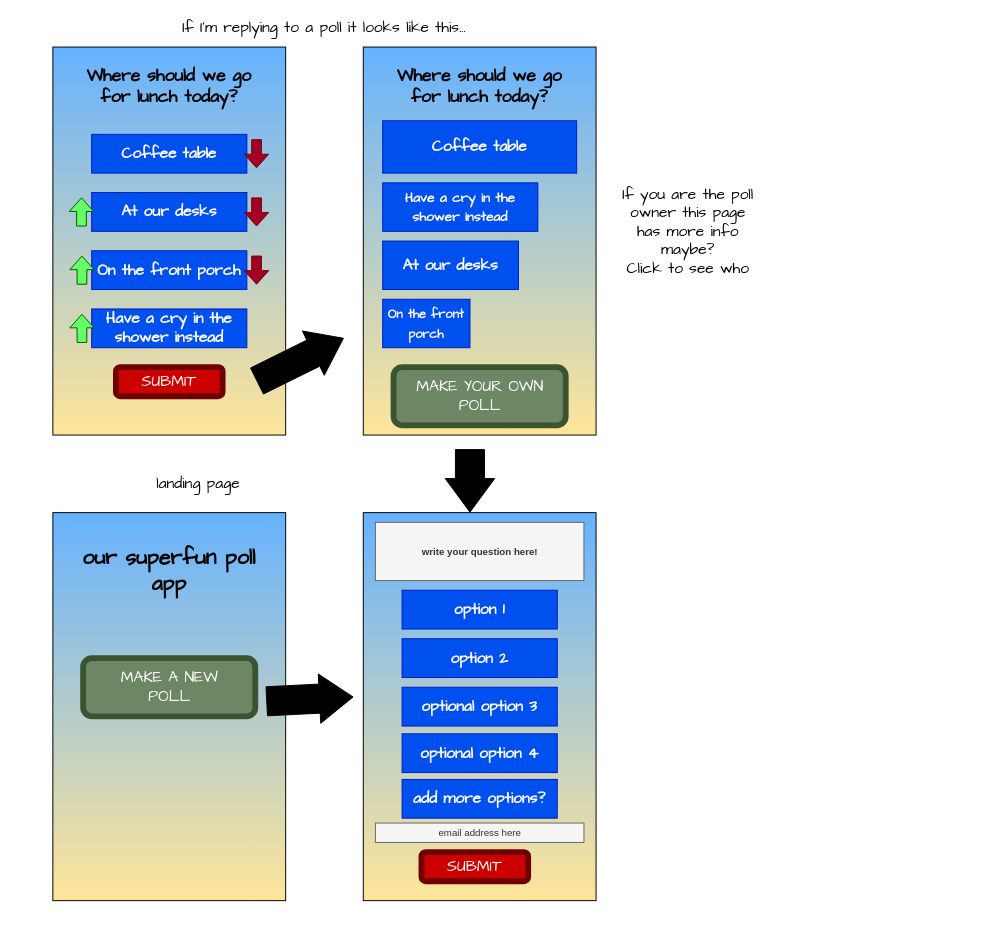
gybubest/midterm keeps this draw.io diagram as docs/UI mockups first draft.drawio. Above is the earlier version. Source tidied: cells renumbered, new cells numbered last; positions are measured from the earlier drawing's top-left corner, leaving out a move shared by most shapes. Both pictures are drawn from the tidied source at 97%, with x=0, y=0 at pixel (23, 17).
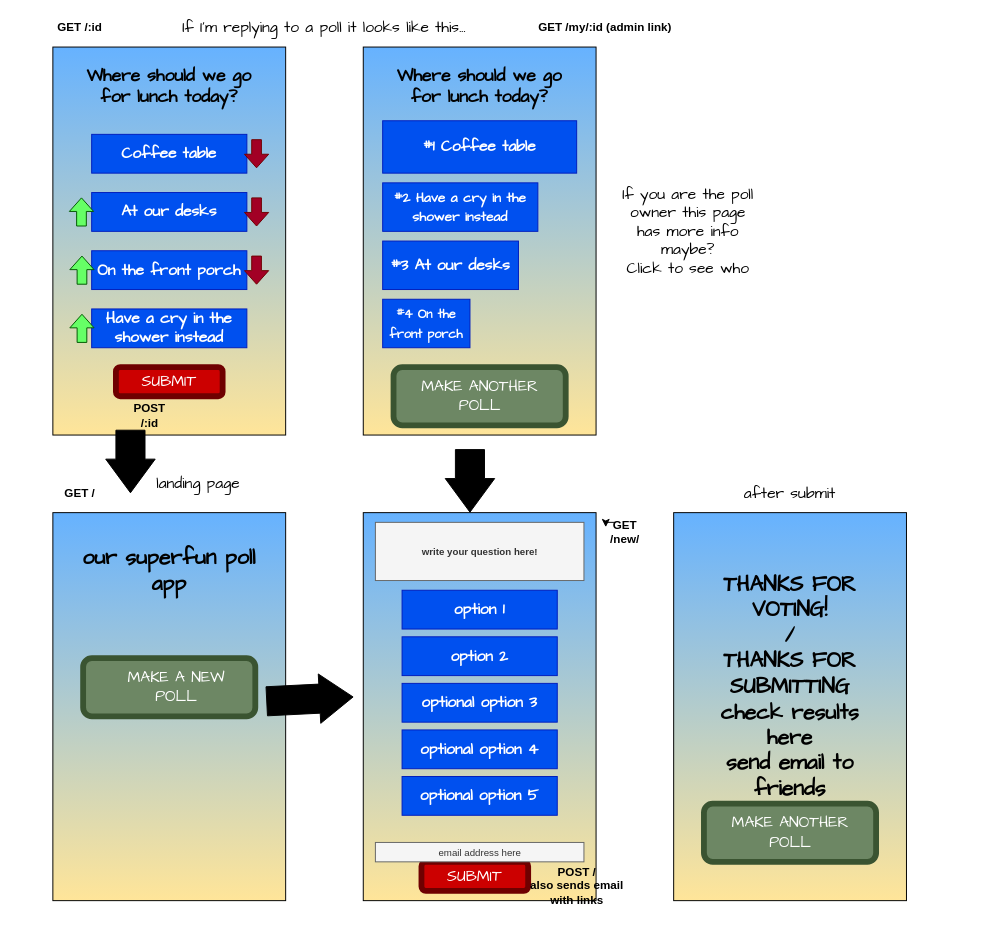
The same page after the edit.

Commit message:
further develop wireframe.drawio

Diff of the diagram source:
```diff
@@
-    <mxCell id="18" value="Coffee table&lt;br&gt;" style="text;html=1;strokeColor=#001DBC;fillColor=#0050ef;align=center;verticalAlign=middle;whiteSpace=wrap;rounded=0;fontFamily=Comic Sans MS;fontColor=#ffffff;fontStyle=1;fontSize=16;" parent="1" vertex="1">
+    <mxCell id="18" value="#1 Coffee table" style="text;html=1;strokeColor=#001DBC;fillColor=#0050ef;align=center;verticalAlign=middle;whiteSpace=wrap;rounded=0;fontFamily=Comic Sans MS;fontColor=#ffffff;fontStyle=1;fontSize=16;" parent="1" vertex="1">
       <mxGeometry x="370" y="106" width="200" height="54" as="geometry" />
     </mxCell>
-    <mxCell id="19" value="At our desks" style="text;html=1;strokeColor=#001DBC;fillColor=#0050ef;align=center;verticalAlign=middle;whiteSpace=wrap;rounded=0;fontFamily=Comic Sans MS;fontColor=#ffffff;fontStyle=1;fontSize=16;" parent="1" vertex="1">
+    <mxCell id="19" value="#3 At our desks" style="text;html=1;strokeColor=#001DBC;fillColor=#0050ef;align=center;verticalAlign=middle;whiteSpace=wrap;rounded=0;fontFamily=Comic Sans MS;fontColor=#ffffff;fontStyle=1;fontSize=16;" parent="1" vertex="1">
       <mxGeometry x="370" y="230" width="140" height="50" as="geometry" />
     </mxCell>
-    <mxCell id="20" value="&lt;font style=&quot;font-size: 13px&quot;&gt;On the front porch&lt;/font&gt;" style="text;html=1;strokeColor=#001DBC;fillColor=#0050ef;align=center;verticalAlign=middle;whiteSpace=wrap;rounded=0;fontFamily=Comic Sans MS;fontColor=#ffffff;fontStyle=1;fontSize=16;" parent="1" vertex="1">
+    <mxCell id="20" value="&lt;font style=&quot;font-size: 13px&quot;&gt;#4 On the front porch&lt;/font&gt;" style="text;html=1;strokeColor=#001DBC;fillColor=#0050ef;align=center;verticalAlign=middle;whiteSpace=wrap;rounded=0;fontFamily=Comic Sans MS;fontColor=#ffffff;fontStyle=1;fontSize=16;" parent="1" vertex="1">
       <mxGeometry x="370" y="290" width="90" height="50" as="geometry" />
     </mxCell>
-    <mxCell id="21" value="&lt;font style=&quot;font-size: 14px&quot;&gt;Have a cry in the shower instead&lt;/font&gt;" style="text;html=1;strokeColor=#001DBC;fillColor=#0050ef;align=center;verticalAlign=middle;whiteSpace=wrap;rounded=0;fontFamily=Comic Sans MS;fontColor=#ffffff;fontStyle=1;fontSize=16;" parent="1" vertex="1">
+    <mxCell id="21" value="&lt;font style=&quot;font-size: 14px&quot;&gt;#2 Have a cry in the shower instead&lt;/font&gt;" style="text;html=1;strokeColor=#001DBC;fillColor=#0050ef;align=center;verticalAlign=middle;whiteSpace=wrap;rounded=0;fontFamily=Comic Sans MS;fontColor=#ffffff;fontStyle=1;fontSize=16;" parent="1" vertex="1">
       <mxGeometry x="370" y="170" width="160" height="50" as="geometry" />
     </mxCell>
@@
-    <mxCell id="23" value="MAKE YOUR OWN POLL" style="text;html=1;strokeColor=none;fillColor=none;align=center;verticalAlign=middle;whiteSpace=wrap;rounded=0;fontFamily=Comic Sans MS;fontSize=16;fontColor=#FFFFFF;" parent="1" vertex="1">
+    <mxCell id="23" value="MAKE ANOTHER POLL" style="text;html=1;strokeColor=none;fillColor=none;align=center;verticalAlign=middle;whiteSpace=wrap;rounded=0;fontFamily=Comic Sans MS;fontSize=16;fontColor=#FFFFFF;" parent="1" vertex="1">
       <mxGeometry x="397.5" y="380" width="145" height="20" as="geometry" />
     </mxCell>
-    <mxCell id="24" style="shape=flexArrow;endArrow=classic;html=1;fontFamily=Comic Sans MS;fontSize=16;fontColor=#FFFFFF;width=30;endSize=11.22;fillColor=#000000;" parent="1" edge="1">
-      <mxGeometry relative="1" as="geometry">
-        <mxPoint x="240" y="374.5" as="sourcePoint" />
-        <mxPoint x="330" y="330" as="targetPoint" />
-      </mxGeometry>
-    </mxCell>
@@
     <mxCell id="30" value="MAKE A NEW POLL" style="text;html=1;strokeColor=none;fillColor=none;align=center;verticalAlign=middle;whiteSpace=wrap;rounded=0;fontFamily=Comic Sans MS;fontSize=16;fontColor=#FFFFFF;" parent="1" vertex="1">
-      <mxGeometry x="77.5" y="680" width="145" height="20" as="geometry" />
+      <mxGeometry x="85" y="680" width="145" height="20" as="geometry" />
     </mxCell>
@@
     <mxCell id="35" value="option 2" style="text;html=1;strokeColor=#001DBC;fillColor=#0050ef;align=center;verticalAlign=middle;whiteSpace=wrap;rounded=0;fontFamily=Comic Sans MS;fontColor=#ffffff;fontStyle=1;fontSize=16;" parent="1" vertex="1">
-      <mxGeometry x="390" y="640" width="160" height="40" as="geometry" />
+      <mxGeometry x="390" y="638" width="160" height="40" as="geometry" />
     </mxCell>
     <mxCell id="36" value="optional option 3" style="text;html=1;strokeColor=#001DBC;fillColor=#0050ef;align=center;verticalAlign=middle;whiteSpace=wrap;rounded=0;fontFamily=Comic Sans MS;fontColor=#ffffff;fontStyle=1;fontSize=16;" parent="1" vertex="1">
-      <mxGeometry x="390" y="690" width="160" height="40" as="geometry" />
+      <mxGeometry x="390" y="686" width="160" height="40" as="geometry" />
     </mxCell>
     <mxCell id="37" value="optional option 4" style="text;html=1;strokeColor=#001DBC;fillColor=#0050ef;align=center;verticalAlign=middle;whiteSpace=wrap;rounded=0;fontFamily=Comic Sans MS;fontColor=#ffffff;fontStyle=1;fontSize=16;" parent="1" vertex="1">
-      <mxGeometry x="390" y="738" width="160" height="40" as="geometry" />
+      <mxGeometry x="390" y="734" width="160" height="40" as="geometry" />
     </mxCell>
-    <mxCell id="38" value="add more options?" style="text;html=1;strokeColor=#001DBC;fillColor=#0050ef;align=center;verticalAlign=middle;whiteSpace=wrap;rounded=0;fontFamily=Comic Sans MS;fontColor=#ffffff;fontStyle=1;fontSize=16;" parent="1" vertex="1">
-      <mxGeometry x="390" y="785" width="160" height="40" as="geometry" />
+    <mxCell id="38" value="optional option 5" style="text;html=1;strokeColor=#001DBC;fillColor=#0050ef;align=center;verticalAlign=middle;whiteSpace=wrap;rounded=0;fontFamily=Comic Sans MS;fontColor=#ffffff;fontStyle=1;fontSize=16;" parent="1" vertex="1">
+      <mxGeometry x="390" y="782" width="160" height="40" as="geometry" />
     </mxCell>
     <mxCell id="39" style="rounded=1;whiteSpace=wrap;html=1;fontFamily=Comic Sans MS;fontSize=16;fontColor=#ffffff;strokeColor=#6F0000;strokeWidth=6;fillColor=#CC0000;" parent="1" vertex="1">
-      <mxGeometry x="410" y="860" width="110" height="30" as="geometry" />
+      <mxGeometry x="410" y="870" width="110" height="30" as="geometry" />
     </mxCell>
     <mxCell id="40" value="SUBMIT" style="text;html=1;strokeColor=none;fillColor=none;align=center;verticalAlign=middle;whiteSpace=wrap;rounded=0;fontFamily=Comic Sans MS;fontSize=16;fontColor=#FFFFFF;" parent="1" vertex="1">
-      <mxGeometry x="445" y="865" width="40" height="20" as="geometry" />
+      <mxGeometry x="445" y="875" width="40" height="20" as="geometry" />
     </mxCell>
@@
     <mxCell id="42" value="email address here" style="text;html=1;strokeColor=#666666;fillColor=#f5f5f5;align=center;verticalAlign=middle;whiteSpace=wrap;rounded=0;labelBorderColor=none;fontColor=#333333;fontSize=10;" parent="1" vertex="1">
-      <mxGeometry x="362.5" y="830" width="215" height="20" as="geometry" />
+      <mxGeometry x="362.5" y="850" width="215" height="20" as="geometry" />
     </mxCell>
@@
+    <mxCell id="44" value="GET /:id" style="text;html=1;strokeColor=none;fillColor=none;align=center;verticalAlign=middle;whiteSpace=wrap;rounded=0;fontStyle=1;" parent="1" vertex="1">
+      <mxGeometry x="-7.5" width="130" height="20" as="geometry" />
+    </mxCell>
+    <mxCell id="45" value="GET /new/" style="text;html=1;strokeColor=none;fillColor=none;align=center;verticalAlign=middle;whiteSpace=wrap;rounded=0;fontStyle=1;" parent="1" vertex="1">
+      <mxGeometry x="600" y="520" width="40" height="20" as="geometry" />
+    </mxCell>
+    <mxCell id="46" value="GET /" style="text;html=1;strokeColor=none;fillColor=none;align=center;verticalAlign=middle;whiteSpace=wrap;rounded=0;fontStyle=1;" parent="1" vertex="1">
+      <mxGeometry x="37.5" y="480" width="40" height="20" as="geometry" />
+    </mxCell>
+    <mxCell id="47" value="&lt;div&gt;POST /&lt;/div&gt;&lt;div&gt;also sends email with links&lt;br&gt;&lt;/div&gt;" style="text;html=1;strokeColor=none;fillColor=none;align=center;verticalAlign=middle;whiteSpace=wrap;rounded=0;fontStyle=1;" parent="1" vertex="1">
+      <mxGeometry x="518.8" y="850" width="102.5" height="90" as="geometry" />
+    </mxCell>
+    <mxCell id="48" value="GET /my/:id (admin link)" style="text;html=1;strokeColor=none;fillColor=none;align=center;verticalAlign=middle;whiteSpace=wrap;rounded=0;fontStyle=1;" parent="1" vertex="1">
+      <mxGeometry x="518.8" width="161.2" height="20" as="geometry" />
+    </mxCell>
+    <mxCell id="49" style="edgeStyle=orthogonalEdgeStyle;rounded=0;orthogonalLoop=1;jettySize=auto;html=1;exitX=0.25;exitY=0;exitDx=0;exitDy=0;entryX=0;entryY=0.25;entryDx=0;entryDy=0;" parent="1" edge="1" source="45" target="45">
+      <mxGeometry relative="1" as="geometry" />
+    </mxCell>
+    <mxCell id="50" value="POST /:id" style="text;html=1;strokeColor=none;fillColor=none;align=center;verticalAlign=middle;whiteSpace=wrap;rounded=0;fontStyle=1;" parent="1" vertex="1">
+      <mxGeometry x="110" y="400" width="40" height="20" as="geometry" />
+    </mxCell>
+    <mxCell id="51" style="shape=flexArrow;endArrow=classic;html=1;fontFamily=Comic Sans MS;fontSize=16;fontColor=#FFFFFF;width=30;endSize=11.22;fillColor=#000000;" parent="1" edge="1">
+      <mxGeometry relative="1" as="geometry">
+        <mxPoint x="110" y="424.5" as="sourcePoint" />
+        <mxPoint x="110" y="490" as="targetPoint" />
+      </mxGeometry>
+    </mxCell>
+    <mxCell id="52" style="rounded=0;whiteSpace=wrap;html=1;fillColor=#FFE599;gradientDirection=north;gradientColor=#66B2FF;" parent="1" vertex="1">
+      <mxGeometry x="670" y="510" width="240" height="400" as="geometry" />
+    </mxCell>
+    <mxCell id="53" value="&lt;div&gt;THANKS FOR VOTING!&lt;/div&gt;&lt;div&gt;/&lt;/div&gt;&lt;div&gt;THANKS FOR SUBMITTING&lt;/div&gt;&lt;div&gt;check results here&lt;/div&gt;&lt;div&gt;send email to friends&lt;br&gt;&lt;/div&gt;" style="text;html=1;strokeColor=none;fillColor=none;align=center;verticalAlign=middle;whiteSpace=wrap;rounded=0;fontFamily=Comic Sans MS;fontSize=22;fontStyle=1;" parent="1" vertex="1">
+      <mxGeometry x="690" y="650" width="200" height="80" as="geometry" />
+    </mxCell>
+    <mxCell id="54" style="rounded=1;whiteSpace=wrap;html=1;fontFamily=Comic Sans MS;fontSize=16;fontColor=#ffffff;strokeColor=#3A5431;strokeWidth=6;fillColor=#6d8764;" parent="1" vertex="1">
+      <mxGeometry x="701.2" y="810" width="177.5" height="60" as="geometry" />
+    </mxCell>
+    <mxCell id="55" value="MAKE ANOTHER POLL" style="text;html=1;strokeColor=none;fillColor=none;align=center;verticalAlign=middle;whiteSpace=wrap;rounded=0;fontFamily=Comic Sans MS;fontSize=16;fontColor=#FFFFFF;" parent="1" vertex="1">
+      <mxGeometry x="717.5" y="830" width="145" height="20" as="geometry" />
+    </mxCell>
+    <mxCell id="56" value="after submit" style="text;html=1;strokeColor=none;fillColor=none;align=center;verticalAlign=middle;whiteSpace=wrap;rounded=0;fontFamily=Comic Sans MS;fontSize=16;" parent="1" vertex="1">
+      <mxGeometry x="610" y="480" width="360" height="20" as="geometry" />
+    </mxCell>
```
